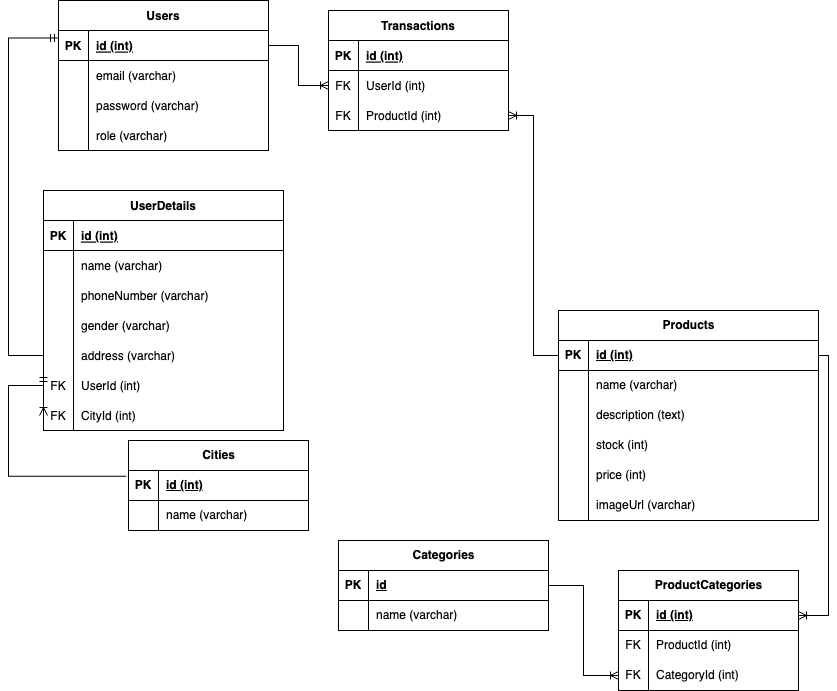
This is schema.drawio.png from ariiqramadhan/p1-project, a draw.io export, as it was before one commit. Source tidied: cells renumbered, new cells last; positions are measured from the earlier drawing's top-left corner, leaving out a move shared by most shapes.
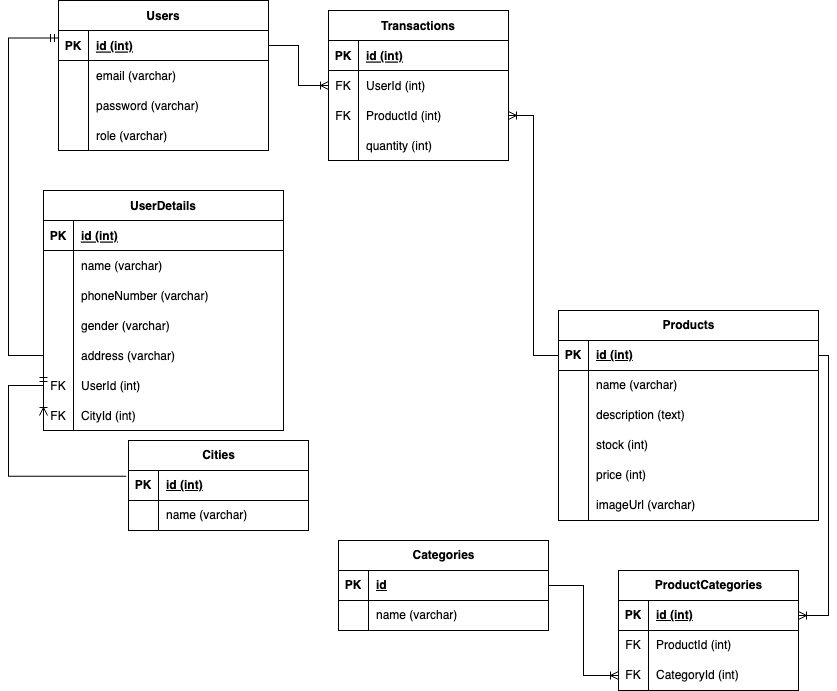
After the change.

The edit, as a diff of the source:
```diff
@@ -108,7 +108,7 @@
       <mxGeometry x="30" width="210" height="30" as="geometry" />
     </mxCell>
     <mxCell id="37" value="Transactions" style="shape=table;startSize=30;rowLines=0;fontStyle=1;align=center;" parent="1" vertex="1">
-      <mxGeometry x="320" y="10" width="180" height="120" as="geometry" />
+      <mxGeometry x="320" y="10" width="180" height="150" as="geometry" />
     </mxCell>
     <mxCell id="38" style="shape=tableRow;horizontal=0;startSize=0;swimlaneHead=0;swimlaneBody=0;fillColor=none;top=0;left=0;right=0;bottom=1;" parent="37" vertex="1">
       <mxGeometry y="30" width="180" height="30" as="geometry" />
@@ -137,6 +137,15 @@
     <mxCell id="46" value="ProductId (int)" style="shape=partialRectangle;fillColor=none;top=0;left=0;bottom=0;right=0;align=left;spacingLeft=6;overflow=hidden;" parent="44" vertex="1">
       <mxGeometry x="30" width="150" height="30" as="geometry" />
     </mxCell>
+    <mxCell id="96" style="shape=tableRow;horizontal=0;startSize=0;swimlaneHead=0;swimlaneBody=0;fillColor=none;top=0;left=0;right=0;bottom=0;" parent="37" vertex="1">
+      <mxGeometry y="120" width="180" height="30" as="geometry" />
+    </mxCell>
+    <mxCell id="97" style="shape=partialRectangle;fillColor=none;top=0;left=0;bottom=0;right=0;overflow=hidden;" parent="96" vertex="1">
+      <mxGeometry width="30" height="30" as="geometry" />
+    </mxCell>
+    <mxCell id="98" value="quantity (int)" style="shape=partialRectangle;fillColor=none;top=0;left=0;bottom=0;right=0;align=left;spacingLeft=6;overflow=hidden;" parent="96" vertex="1">
+      <mxGeometry x="30" width="150" height="30" as="geometry" />
+    </mxCell>
     <mxCell id="47" value="Products" style="shape=table;startSize=30;rowLines=0;fontStyle=1;align=center;html=1;" parent="1" vertex="1">
       <mxGeometry x="550" y="310" width="260" height="210" as="geometry" />
     </mxCell>
```
